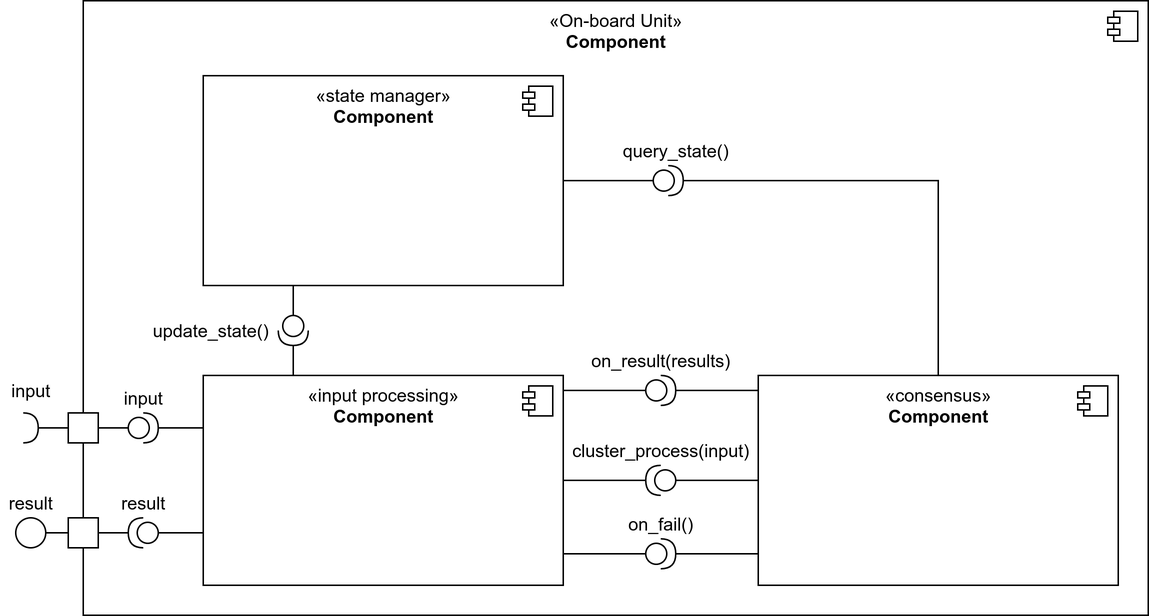
Boffmann/masterThesis keeps this draw.io diagram as images/Components.png. Above is the earlier version. Source tidied: cells renumbered, new cells last; positions are measured from the earlier drawing's top-left corner, leaving out a move shared by most shapes.
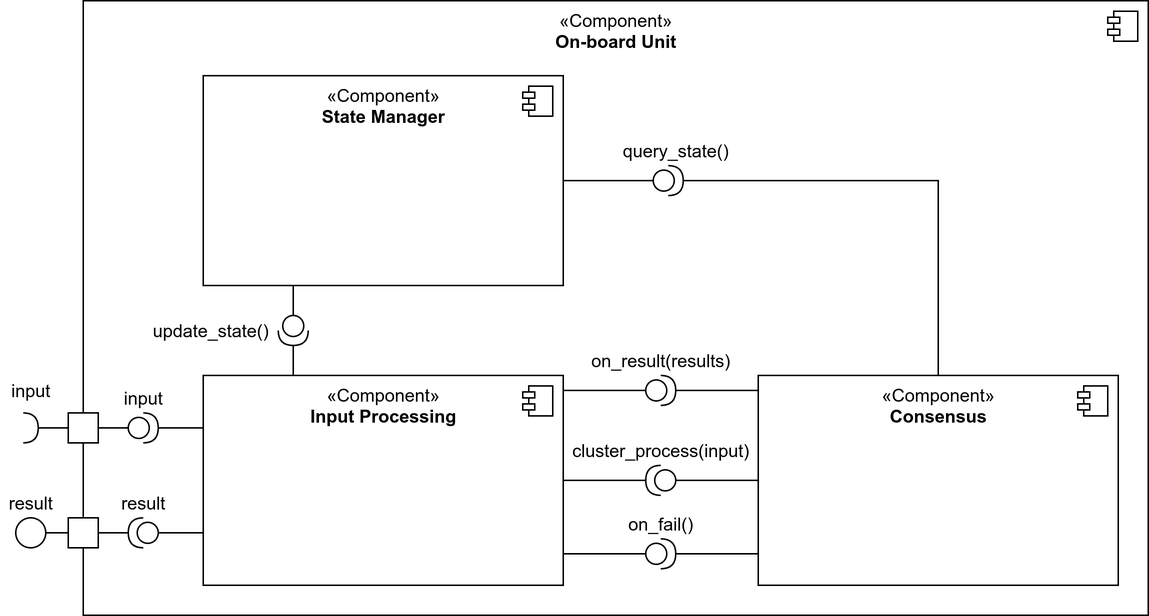
Above is the later version.

The edit, as a diff of the source:
```diff
@@ -2,7 +2,7 @@
   <root>
     <mxCell id="0" />
     <mxCell id="1" parent="0" />
-    <mxCell id="2" value="«On-board Unit»&lt;br&gt;&lt;b&gt;Component&lt;/b&gt;" style="html=1;verticalAlign=top;" parent="1" vertex="1">
+    <mxCell id="2" value="«Component»&lt;br&gt;&lt;b&gt;On-board Unit&lt;/b&gt;" style="html=1;verticalAlign=top;" parent="1" vertex="1">
       <mxGeometry x="55" width="710" height="410" as="geometry" />
     </mxCell>
     <mxCell id="3" style="shape=module;jettyWidth=8;jettyHeight=4;" parent="2" vertex="1">
@@ -10,7 +10,7 @@
         <mxPoint x="-27" y="7" as="offset" />
       </mxGeometry>
     </mxCell>
-    <mxCell id="4" value="«consensus»&lt;br&gt;&lt;b&gt;Component&lt;/b&gt;" style="html=1;verticalAlign=top;" parent="1" vertex="1">
+    <mxCell id="4" value="«Component»&lt;br&gt;&lt;b&gt;Consensus&lt;/b&gt;" style="html=1;verticalAlign=top;" parent="1" vertex="1">
       <mxGeometry x="505" y="250" width="240" height="140" as="geometry" />
     </mxCell>
     <mxCell id="5" style="shape=module;jettyWidth=8;jettyHeight=4;" parent="4" vertex="1">
@@ -18,7 +18,7 @@
         <mxPoint x="-27" y="7" as="offset" />
       </mxGeometry>
     </mxCell>
-    <mxCell id="6" value="«input processing»&lt;br&gt;&lt;b&gt;Component&lt;/b&gt;" style="html=1;verticalAlign=top;" parent="1" vertex="1">
+    <mxCell id="6" value="«Component»&lt;br&gt;&lt;b&gt;Input Processing&lt;/b&gt;" style="html=1;verticalAlign=top;" parent="1" vertex="1">
       <mxGeometry x="135" y="250" width="240" height="140" as="geometry" />
     </mxCell>
     <mxCell id="7" style="shape=module;jettyWidth=8;jettyHeight=4;" parent="6" vertex="1">
@@ -26,7 +26,7 @@
         <mxPoint x="-27" y="7" as="offset" />
       </mxGeometry>
     </mxCell>
-    <mxCell id="8" value="«state manager»&lt;br&gt;&lt;b&gt;Component&lt;/b&gt;" style="html=1;verticalAlign=top;" parent="1" vertex="1">
+    <mxCell id="8" value="«Component»&lt;br&gt;&lt;b&gt;State Manager&lt;/b&gt;" style="html=1;verticalAlign=top;" parent="1" vertex="1">
       <mxGeometry x="135" y="50" width="240" height="140" as="geometry" />
     </mxCell>
     <mxCell id="9" style="shape=module;jettyWidth=8;jettyHeight=4;" parent="8" vertex="1">
```
